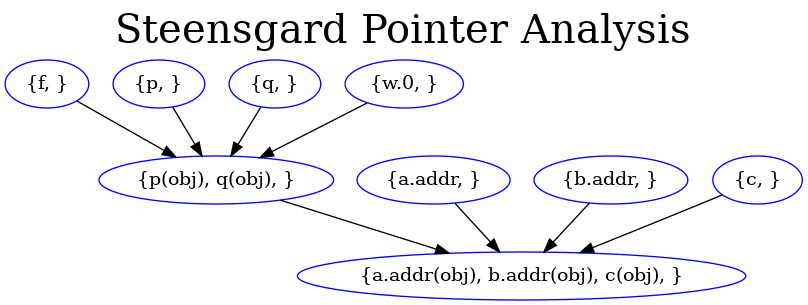
The Graphviz diagram sample-output/ptg.png in enochii/simple-pointer-analysis, before a commit. Its source is kept beside it as sample-output/ptg.dot.
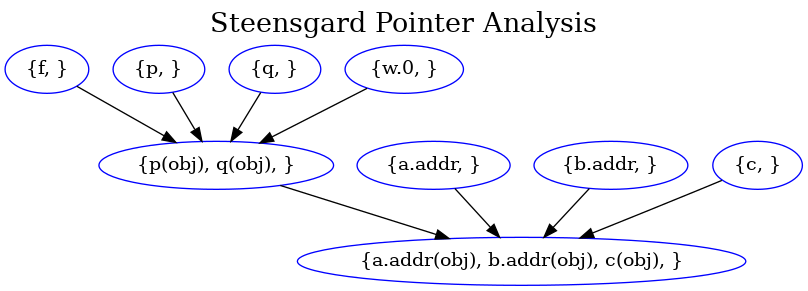
Above is the later version.

What changed in the source:
```diff
@@ -1,5 +1,5 @@
 digraph unification_ptg {
-	graph [label="Steensgard Pointer Analysis",labelloc=t,fontsize=30];
+	graph [label="Steensgard Pointer Analysis",labelloc=t,fontsize=20];
 	node [color=blue];
 	"{f, }" -> "{p(obj), q(obj), }";
 	"{a.addr, }" -> "{a.addr(obj), b.addr(obj), c(obj), }";
```
